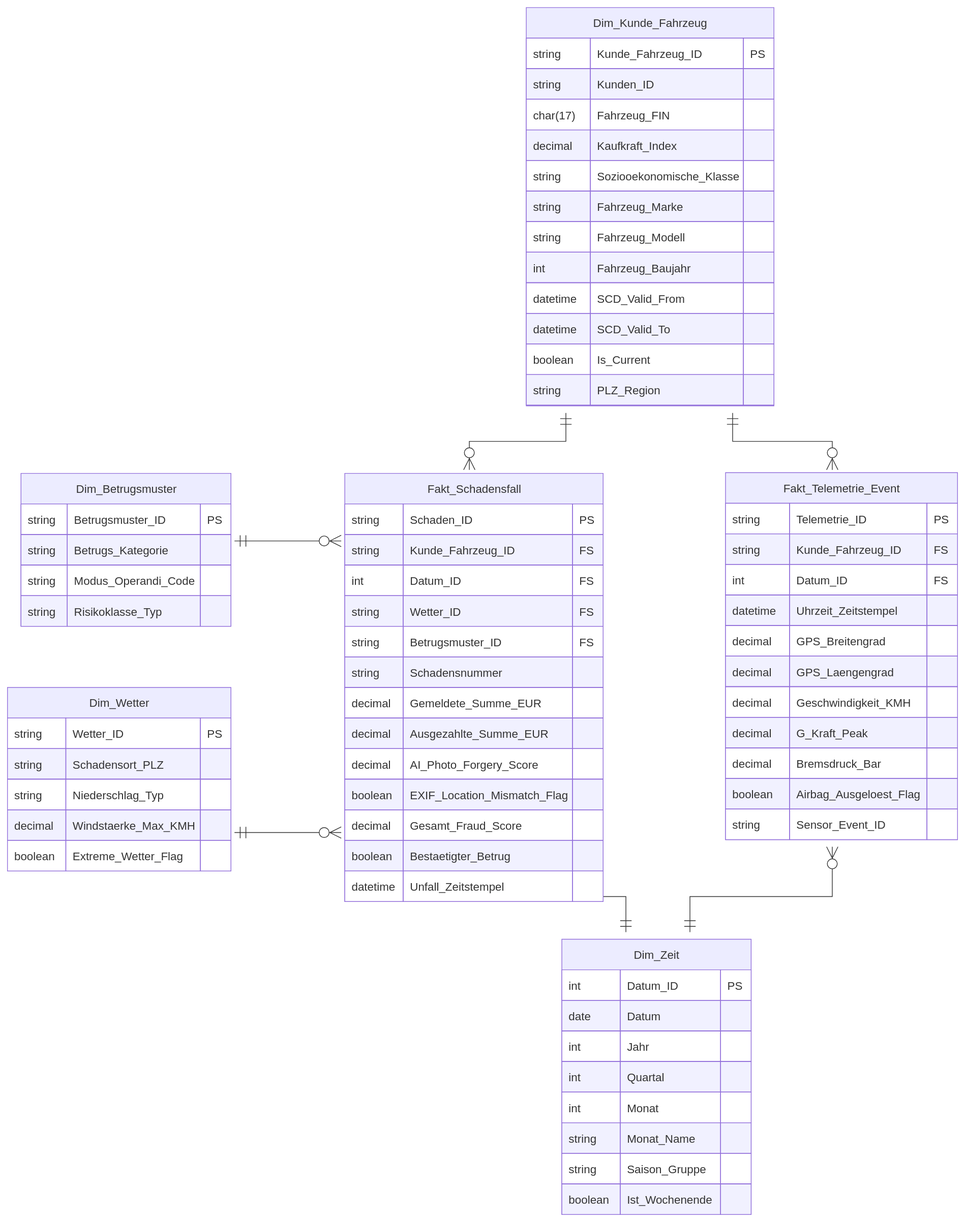
The draw.io diagram Latex/images/Datenmodell.drawio.svg in heydoma/Datenmanagment, before a commit. Source tidied: cells renumbered, new cells last; positions are measured from the earlier drawing's top-left corner, leaving out a move shared by most shapes.
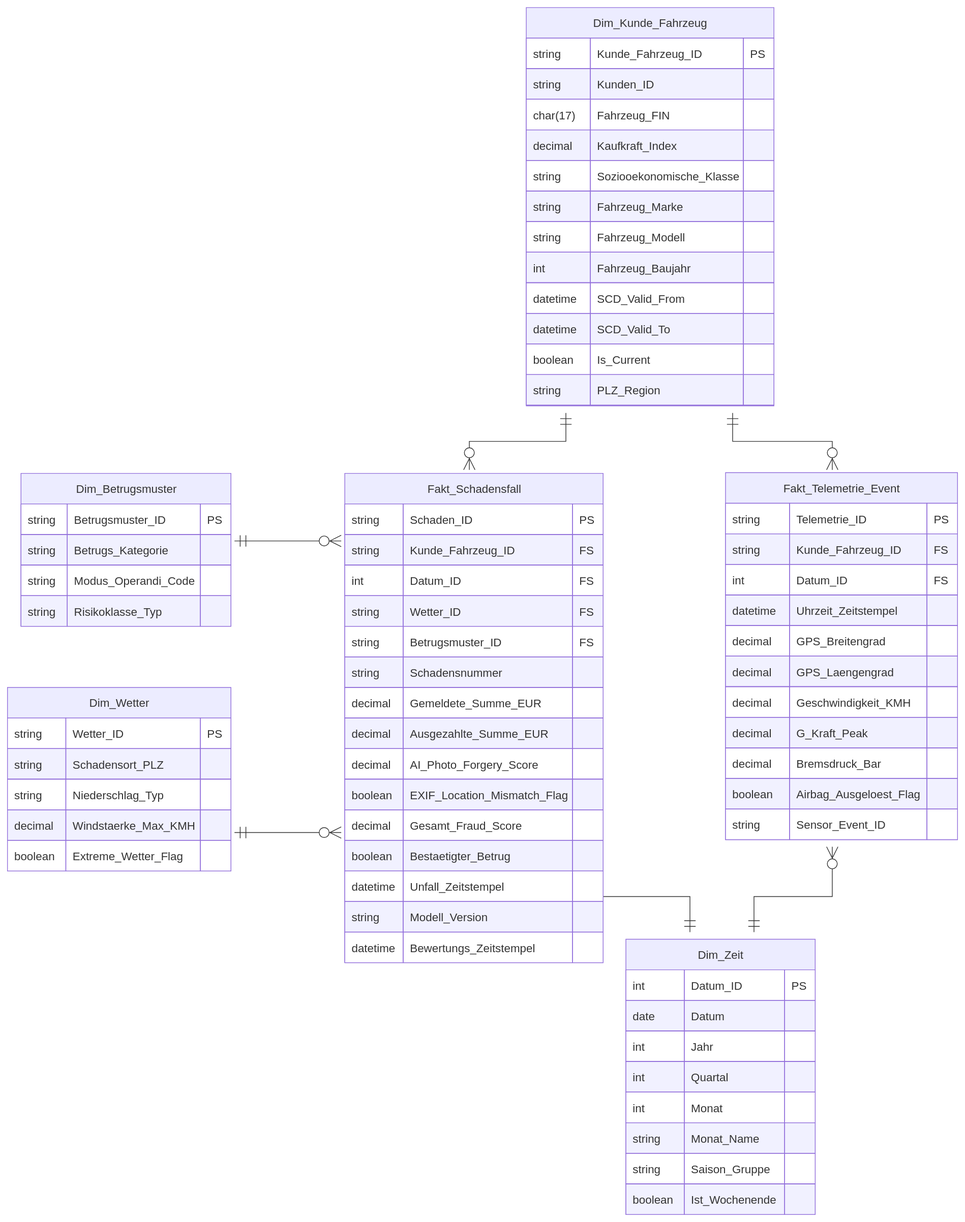
After the change.

Change to the diagram source:
```diff
@@ -141,7 +141,7 @@
       <mxGeometry x="305" width="43" height="43" as="geometry" />
     </mxCell>
     <mxCell id="48" value="Dim_Zeit" style="shape=table;startSize=43;rowLines=1;fontSize=16;fontFamily=Trebuchet MS,Verdana,Arial,sans-serif;strokeWidth=1;align=center;html=1;fillColor=light-dark(#ECECFF,#1f2020);strokeColor=light-dark(#9370DB,#cccccc);fontColor=light-dark(#333333,#cccccc);" parent="2" vertex="1">
-      <mxGeometry x="700" y="1460" width="266" height="387" as="geometry" />
+      <mxGeometry x="790" y="1460" width="266" height="387" as="geometry" />
     </mxCell>
     <mxCell id="49" style="shape=tableRow;horizontal=0;startSize=0;swimlaneHead=0;swimlaneBody=1;fillColor=light-dark(#ffffff,#1f2020);strokeColor=inherit;strokeWidth=1;top=0;left=0;right=0;bottom=0;" parent="48" vertex="1">
       <mxGeometry y="43" width="266" height="43" as="geometry" />
@@ -354,7 +354,7 @@
       <mxGeometry x="252" width="43" height="43" as="geometry" />
     </mxCell>
     <mxCell id="119" value="Fakt_Schadensfall" style="shape=table;startSize=43;rowLines=1;fontSize=16;fontFamily=Trebuchet MS,Verdana,Arial,sans-serif;strokeWidth=1;align=center;html=1;fillColor=light-dark(#ECECFF,#1f2020);strokeColor=light-dark(#9370DB,#cccccc);fontColor=light-dark(#333333,#cccccc);" parent="2" vertex="1">
-      <mxGeometry x="395" y="805" width="363" height="602" as="geometry" />
+      <mxGeometry x="395" y="805" width="363" height="688" as="geometry" />
     </mxCell>
     <mxCell id="120" style="shape=tableRow;horizontal=0;startSize=0;swimlaneHead=0;swimlaneBody=1;fillColor=light-dark(#ffffff,#1f2020);strokeColor=inherit;strokeWidth=1;top=0;left=0;right=0;bottom=0;" parent="119" vertex="1">
       <mxGeometry y="43" width="363" height="43" as="geometry" />
@@ -647,10 +647,10 @@
     </mxCell>
     <mxCell id="212" style="curved=0;startArrow=ERmandOne;startSize=14;endArrow=ERzeroToMany;endSize=14;strokeColor=light-dark(#333333,#cccccc);strokeWidth=1;html=1;fontSize=14;labelBackgroundColor=light-dark(#F8FFEC4D,#2a2a2a4D);fontFamily=Trebuchet MS,Verdana,Arial,sans-serif;fontColor=light-dark(#333333,#cccccc);rounded=0;" parent="2" edge="1">
       <mxGeometry relative="1" as="geometry">
-        <mxPoint x="790" y="1450" as="sourcePoint" />
+        <mxPoint x="880" y="1450" as="sourcePoint" />
         <mxPoint x="560" y="1370" as="targetPoint" />
         <Array as="points">
-          <mxPoint x="790" y="1400" />
+          <mxPoint x="880" y="1400" />
           <mxPoint x="560" y="1400" />
         </Array>
       </mxGeometry>
@@ -668,10 +668,10 @@
     </mxCell>
     <mxCell id="214" style="curved=0;startArrow=ERmandOne;startSize=14;endArrow=ERzeroToMany;endSize=14;strokeColor=light-dark(#333333,#cccccc);strokeWidth=1;html=1;fontSize=14;labelBackgroundColor=light-dark(#F8FFEC4D,#2a2a2a4D);fontFamily=Trebuchet MS,Verdana,Arial,sans-serif;fontColor=light-dark(#333333,#cccccc);rounded=0;" parent="2" edge="1">
       <mxGeometry x="0.58" y="14" relative="1" as="geometry">
-        <mxPoint x="880" y="1450" as="sourcePoint" />
+        <mxPoint x="970" y="1450" as="sourcePoint" />
         <mxPoint x="1080" y="1330" as="targetPoint" />
         <Array as="points">
-          <mxPoint x="880" y="1400" />
+          <mxPoint x="970" y="1400" />
           <mxPoint x="1080" y="1400" />
         </Array>
       </mxGeometry>
@@ -712,5 +712,29 @@
     <mxCell id="226" style="shape=partialRectangle;fillColor=none;strokeColor=light-dark(#9370DB,#cccccc);strokeWidth=1;fontColor=light-dark(#333333,#cccccc);fontFamily=Trebuchet MS,Verdana,Arial,sans-serif;top=1;left=1;bottom=1;right=1;align=left;spacingLeft=8;overflow=hidden;fontSize=16;" parent="223" vertex="1">
       <mxGeometry x="320" width="43" height="43" as="geometry" />
     </mxCell>
+    <mxCell id="227" style="shape=tableRow;horizontal=0;startSize=0;swimlaneHead=0;swimlaneBody=1;fillColor=light-dark(#F1F1FF,#1f2020);strokeColor=inherit;strokeWidth=1;top=0;left=0;right=0;bottom=0;" parent="1" vertex="1">
+      <mxGeometry x="474" y="1407" width="363" height="43" as="geometry" />
+    </mxCell>
+    <mxCell id="228" value="string" style="shape=partialRectangle;fillColor=none;strokeColor=light-dark(#9370DB,#cccccc);strokeWidth=1;fontColor=light-dark(#333333,#cccccc);fontFamily=Trebuchet MS,Verdana,Arial,sans-serif;top=1;left=1;bottom=1;right=1;align=left;spacingLeft=8;overflow=hidden;fontSize=16;" parent="227" vertex="1">
+      <mxGeometry width="82" height="43" as="geometry" />
+    </mxCell>
+    <mxCell id="229" value="Modell_Version" style="shape=partialRectangle;fillColor=none;strokeColor=light-dark(#9370DB,#cccccc);strokeWidth=1;fontColor=light-dark(#333333,#cccccc);fontFamily=Trebuchet MS,Verdana,Arial,sans-serif;top=1;left=1;bottom=1;right=1;align=left;spacingLeft=8;overflow=hidden;fontSize=16;" parent="227" vertex="1">
+      <mxGeometry x="82" width="238" height="43" as="geometry" />
+    </mxCell>
+    <mxCell id="230" style="shape=partialRectangle;fillColor=none;strokeColor=light-dark(#9370DB,#cccccc);strokeWidth=1;fontColor=light-dark(#333333,#cccccc);fontFamily=Trebuchet MS,Verdana,Arial,sans-serif;top=1;left=1;bottom=1;right=1;align=left;spacingLeft=8;overflow=hidden;fontSize=16;" parent="227" vertex="1">
+      <mxGeometry x="320" width="43" height="43" as="geometry" />
+    </mxCell>
+    <mxCell id="231" style="shape=tableRow;horizontal=0;startSize=0;swimlaneHead=0;swimlaneBody=1;fillColor=light-dark(#ffffff,#1f2020);strokeColor=inherit;strokeWidth=1;top=0;left=0;right=0;bottom=0;" parent="1" vertex="1">
+      <mxGeometry x="474" y="1450" width="363" height="43" as="geometry" />
+    </mxCell>
+    <mxCell id="232" value="datetime" style="shape=partialRectangle;fillColor=none;strokeColor=light-dark(#9370DB,#cccccc);strokeWidth=1;fontColor=light-dark(#333333,#cccccc);fontFamily=Trebuchet MS,Verdana,Arial,sans-serif;top=1;left=1;bottom=1;right=1;align=left;spacingLeft=8;overflow=hidden;fontSize=16;" parent="231" vertex="1">
+      <mxGeometry width="82" height="43" as="geometry" />
+    </mxCell>
+    <mxCell id="233" value="Bewertungs_Zeitstempel" style="shape=partialRectangle;fillColor=none;strokeColor=light-dark(#9370DB,#cccccc);strokeWidth=1;fontColor=light-dark(#333333,#cccccc);fontFamily=Trebuchet MS,Verdana,Arial,sans-serif;top=1;left=1;bottom=1;right=1;align=left;spacingLeft=8;overflow=hidden;fontSize=16;" parent="231" vertex="1">
+      <mxGeometry x="82" width="238" height="43" as="geometry" />
+    </mxCell>
+    <mxCell id="234" style="shape=partialRectangle;fillColor=none;strokeColor=light-dark(#9370DB,#cccccc);strokeWidth=1;fontColor=light-dark(#333333,#cccccc);fontFamily=Trebuchet MS,Verdana,Arial,sans-serif;top=1;left=1;bottom=1;right=1;align=left;spacingLeft=8;overflow=hidden;fontSize=16;" parent="231" vertex="1">
+      <mxGeometry x="320" width="43" height="43" as="geometry" />
+    </mxCell>
   </root>
 </mxGraphModel>
```
